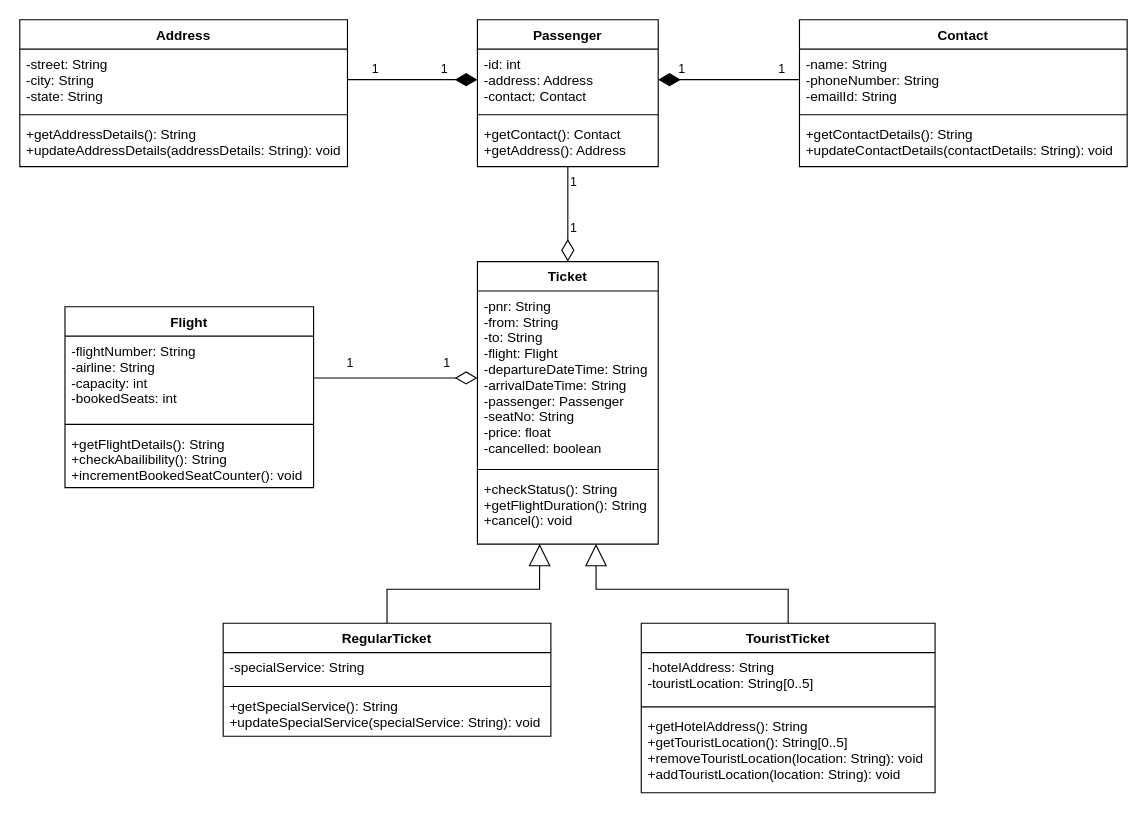
Earlier version of the draw.io diagram frsDiagram.drawio (roypratik0110/frs). Source tidied: cells renumbered, new cells numbered last; positions are measured from the earlier drawing's top-left corner, leaving out a move shared by most shapes. Both pictures are drawn from the tidied source at 113%, with x=0, y=0 at pixel (19, 19).
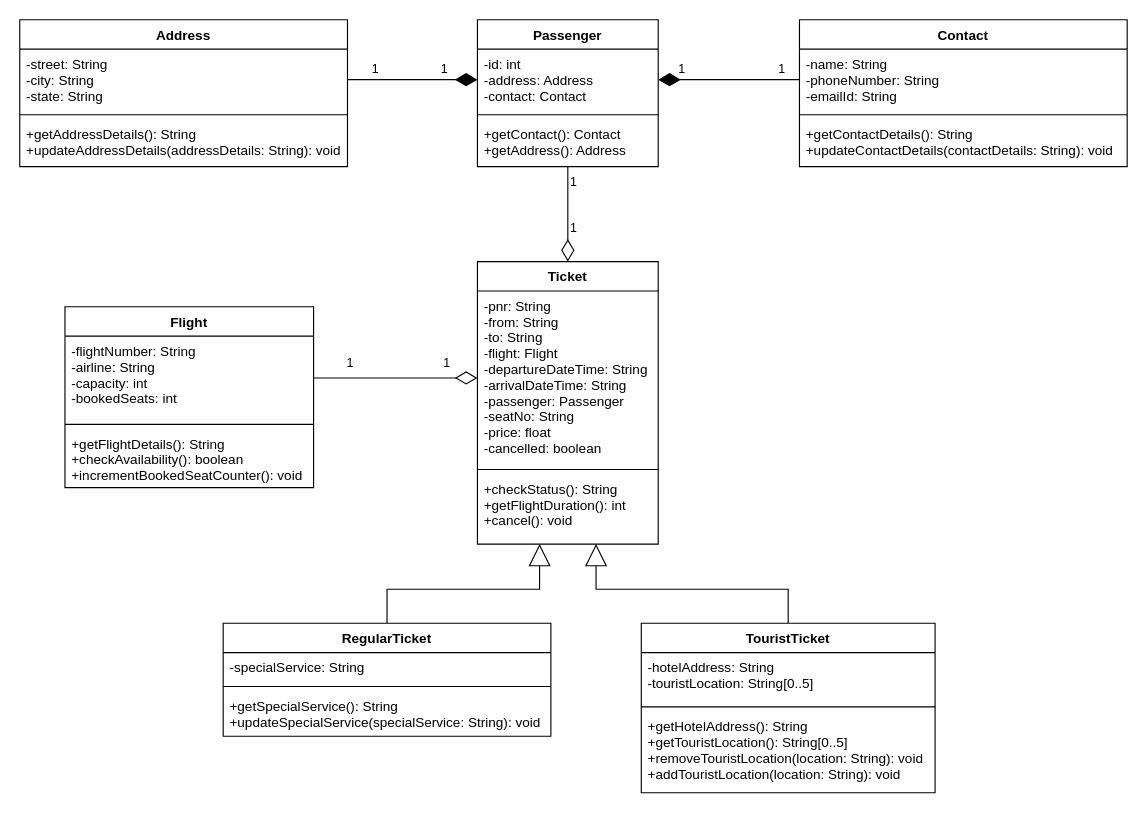
The same page after the edit.

Unchanged cells that the change refers to:
```xml
<mxCell id="10" value="Ticket" style="swimlane;fontStyle=1;align=center;verticalAlign=top;horizontal=1;startSize=26;" parent="1" vertex="1">
  <mxGeometry x="405" y="214" width="160" height="250" as="geometry" />
</mxCell>
<mxCell id="14" value="Flight" style="swimlane;fontStyle=1;align=center;verticalAlign=top;horizontal=1;startSize=26;" parent="1" vertex="1">
  <mxGeometry x="40" y="254" width="220" height="160" as="geometry" />
</mxCell>
```

Change to the diagram source:
```diff
@@
-    <mxCell id="13" value="+checkStatus(): String&#10;+getFlightDuration(): String&#10;+cancel(): void" style="text;strokeColor=none;fillColor=none;align=left;verticalAlign=top;spacingLeft=4;spacingRight=4;overflow=hidden;points=[[0,0.5],[1,0.5]];portConstraint=eastwest;" parent="10" vertex="1">
+    <mxCell id="13" value="+checkStatus(): String&#10;+getFlightDuration(): int&#10;+cancel(): void" style="text;strokeColor=none;fillColor=none;align=left;verticalAlign=top;spacingLeft=4;spacingRight=4;overflow=hidden;points=[[0,0.5],[1,0.5]];portConstraint=eastwest;" parent="10" vertex="1">
       <mxGeometry y="188" width="160" height="62" as="geometry" />
     </mxCell>
@@
-    <mxCell id="17" value="+getFlightDetails(): String&#10;+checkAbailibility(): String&#10;+incrementBookedSeatCounter(): void" style="text;strokeColor=none;fillColor=none;align=left;verticalAlign=top;spacingLeft=4;spacingRight=4;overflow=hidden;" parent="14" vertex="1">
+    <mxCell id="17" value="+getFlightDetails(): String&#10;+checkAvailability(): boolean&#10;+incrementBookedSeatCounter(): void" style="text;strokeColor=none;fillColor=none;align=left;verticalAlign=top;spacingLeft=4;spacingRight=4;overflow=hidden;" parent="14" vertex="1">
       <mxGeometry y="108" width="220" height="52" as="geometry" />
     </mxCell>
```
